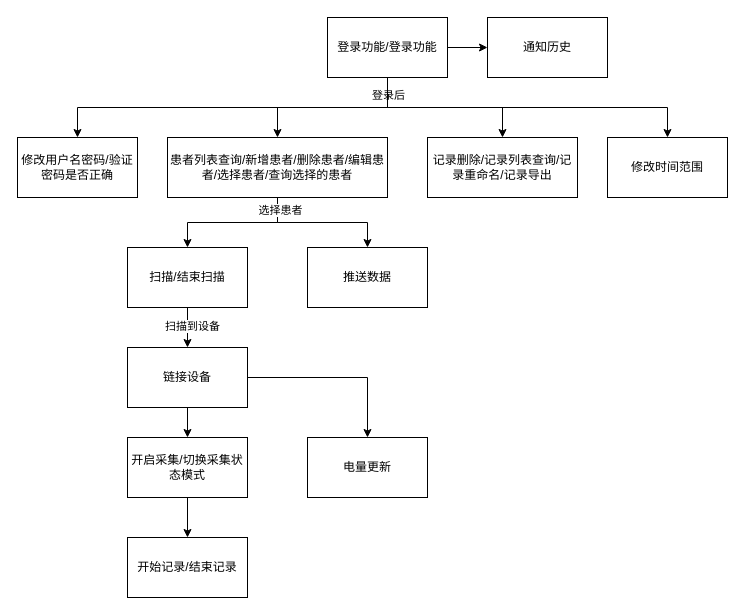
Before: 概念设计-系统层次结构图.drawio in yz360307/draw, a draw.io diagram. Source tidied: cells renumbered, new cells numbered last; positions are measured from the earlier drawing's top-left corner, leaving out a move shared by most shapes. Both pictures are drawn from the tidied source at 100%, with x=0, y=0 at pixel (17, 17).
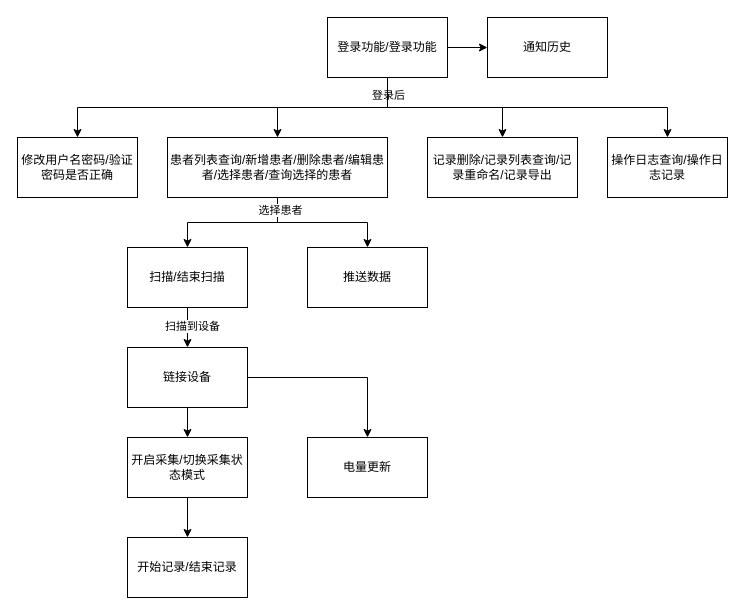
Above is the later version.

Commit message:
更新概念设计-系统层次结构图.drawio

Diff of the diagram source:
```diff
@@
-    <mxCell id="26" value="修改时间范围" style="rounded=0;whiteSpace=wrap;html=1;" parent="1" vertex="1">
+    <mxCell id="26" value="操作日志查询/操作日志记录" style="rounded=0;whiteSpace=wrap;html=1;" parent="1" vertex="1">
       <mxGeometry x="590" y="120" width="120" height="60" as="geometry" />
     </mxCell>
```
